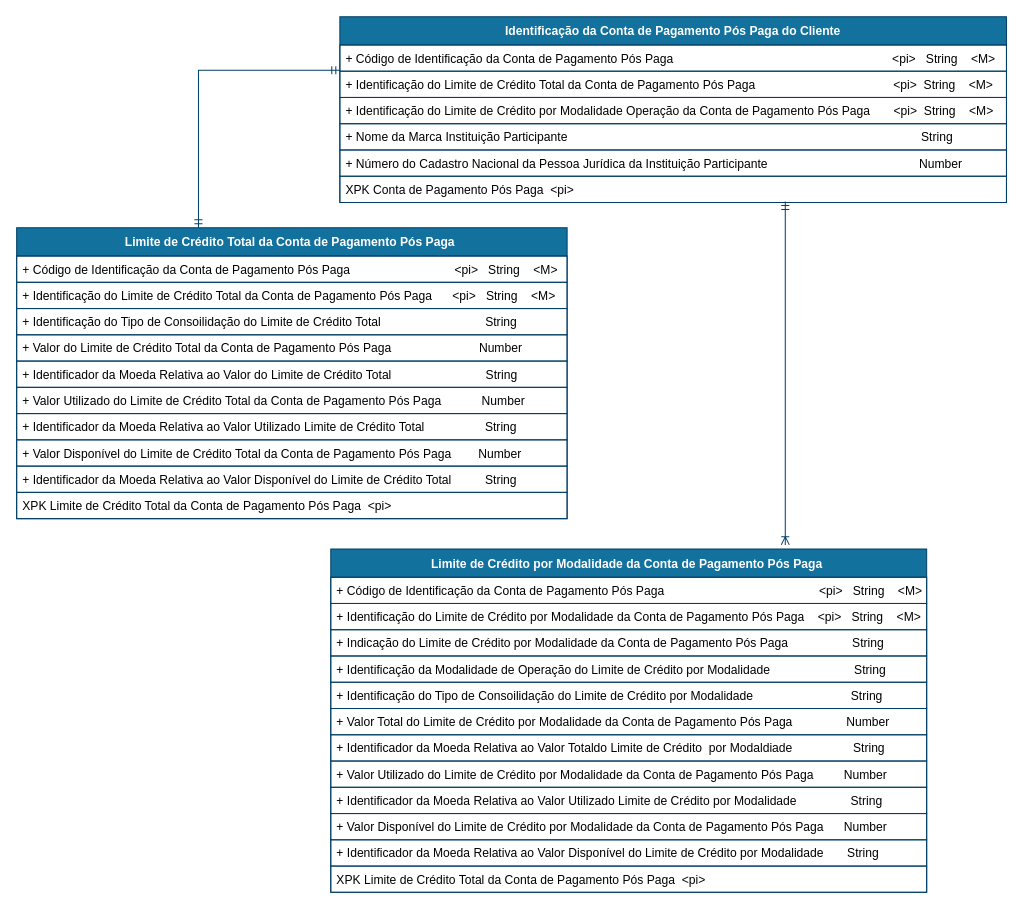
This is draw_io_diagrams/credit_cards/DER_CreditCardAccount_Limits.drawio from OpenBanking-Brasil/areadesenvolvedor, a draw.io file, before an edit. Source tidied: cells renumbered, new cells numbered last; positions are measured from the earlier drawing's top-left corner, leaving out a move shared by most shapes. Both pictures are drawn from the tidied source at 101%, with x=0, y=0 at pixel (16, 16).
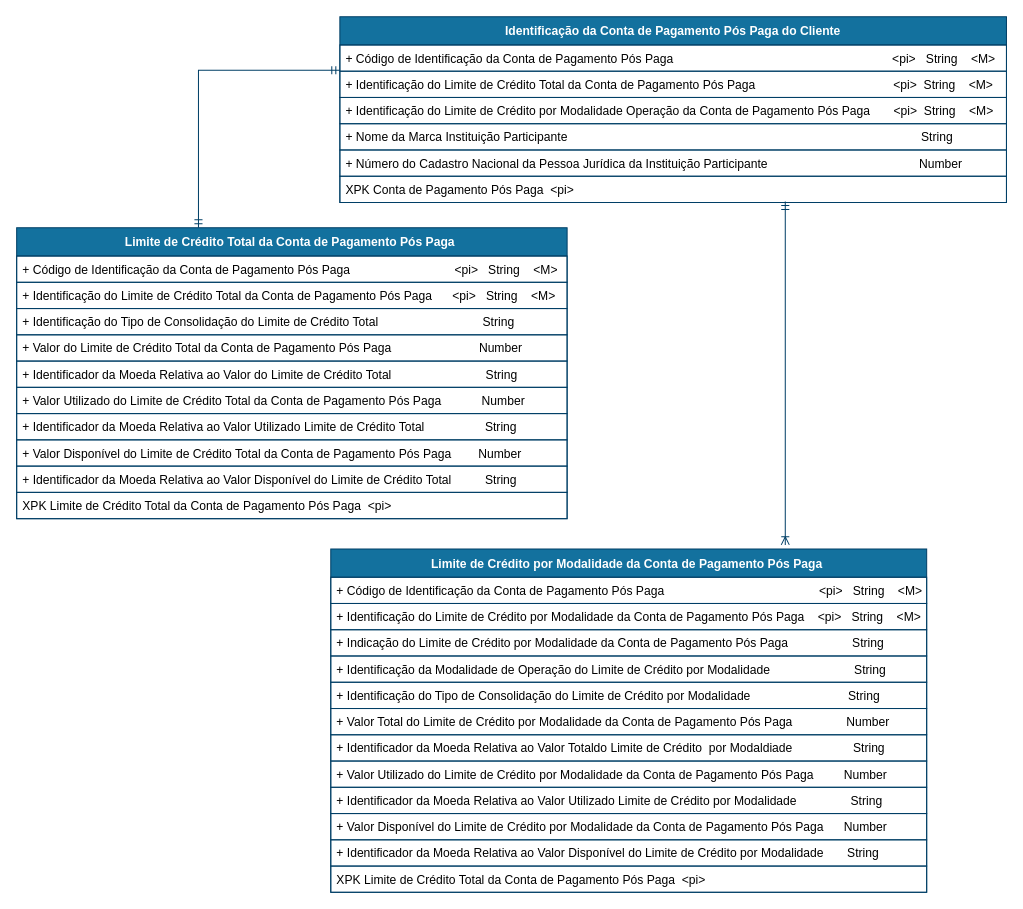
The same page after the edit.

Commit message (it also covers changes not shown here):
Credit Cards Accounts - Fix DERs

The change refers to these unchanged cells:
```xml
<mxCell id="2" value="Limite de Crédito Total da Conta de Pagamento Pós Paga " style="swimlane;fontStyle=1;horizontal=1;startSize=28;rounded=0;shadow=0;comic=0;sketch=0;align=center;html=0;fillColor=#13719E;strokeColor=#003F66;fontColor=#FFFFFF;" parent="1" vertex="1">
  <mxGeometry y="209" width="545" height="288" as="geometry" />
</mxCell>
<mxCell id="20" value="Limite de Crédito por Modalidade da Conta de Pagamento Pós Paga " style="swimlane;fontStyle=1;horizontal=1;startSize=28;rounded=0;shadow=0;comic=0;sketch=0;align=center;html=0;fillColor=#13719E;strokeColor=#003F66;fontColor=#FFFFFF;" parent="1" vertex="1">
  <mxGeometry x="311" y="527" width="590" height="340" as="geometry" />
</mxCell>
```

The edit, as a diff of the source:
```diff
@@
-    <mxCell id="5" value="+ Identificação do Tipo de Consoilidação do Limite de Crédito Total                               String    " style="text;fillColor=none;align=left;verticalAlign=top;spacingLeft=4;spacingRight=4;overflow=hidden;strokeColor=#003F66;" parent="2" vertex="1">
+    <mxCell id="5" value="+ Identificação do Tipo de Consolidação do Limite de Crédito Total                               String    " style="text;fillColor=none;align=left;verticalAlign=top;spacingLeft=4;spacingRight=4;overflow=hidden;strokeColor=#003F66;" parent="2" vertex="1">
       <mxGeometry y="80" width="545" height="26" as="geometry" />
     </mxCell>
@@
-    <mxCell id="25" value="+ Identificação do Tipo de Consoilidação do Limite de Crédito por Modalidade                             String    " style="text;fillColor=none;align=left;verticalAlign=top;spacingLeft=4;spacingRight=4;overflow=hidden;strokeColor=#003F66;" parent="20" vertex="1">
+    <mxCell id="25" value="+ Identificação do Tipo de Consolidação do Limite de Crédito por Modalidade                             String    " style="text;fillColor=none;align=left;verticalAlign=top;spacingLeft=4;spacingRight=4;overflow=hidden;strokeColor=#003F66;" parent="20" vertex="1">
       <mxGeometry y="132" width="590" height="26" as="geometry" />
     </mxCell>
```
